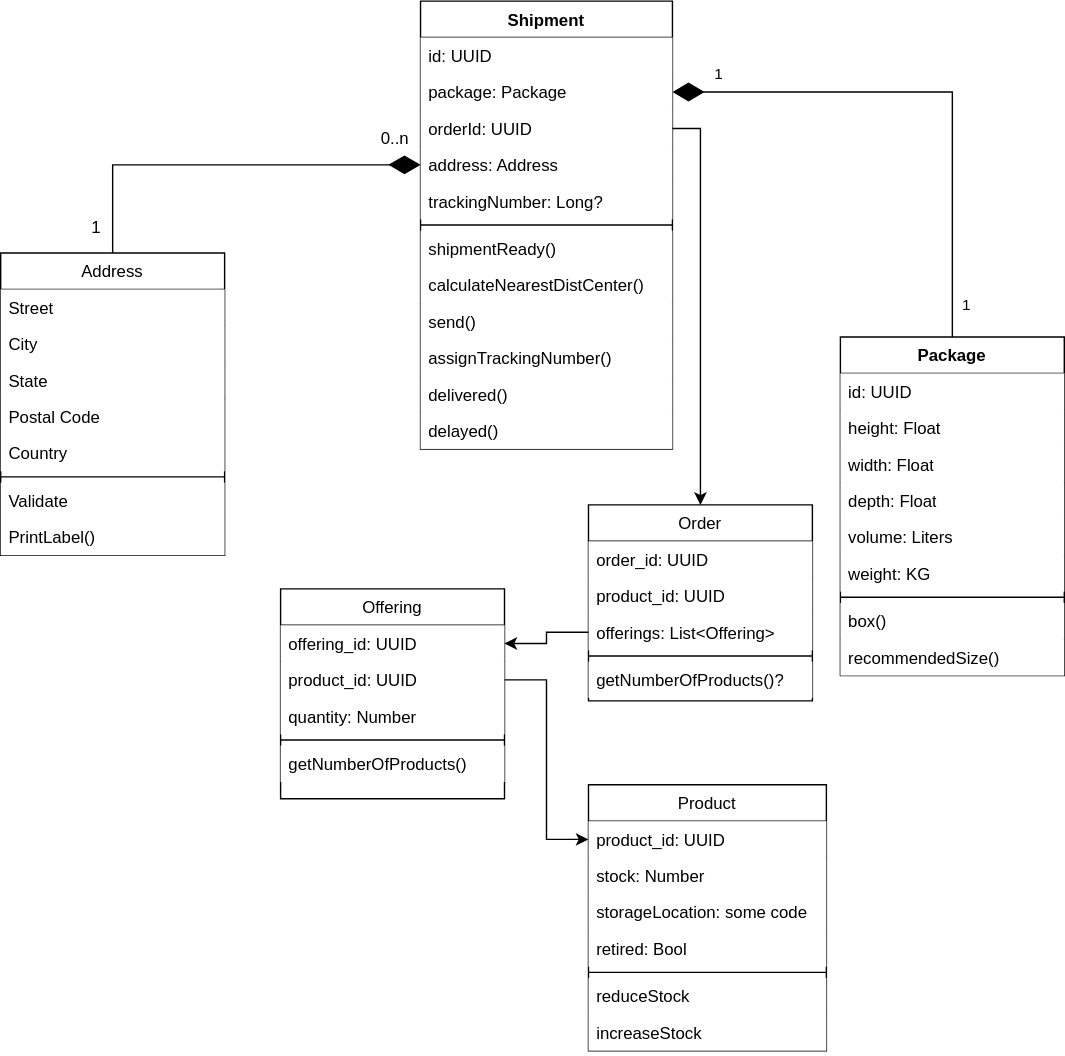
Before: shipping/ShipmentSchema.svg, a diagram exported from draw.io (eda-ecommerce/asyncapi). Source tidied: cells renumbered, new cells last; positions are measured from the earlier drawing's top-left corner, leaving out a move shared by most shapes.
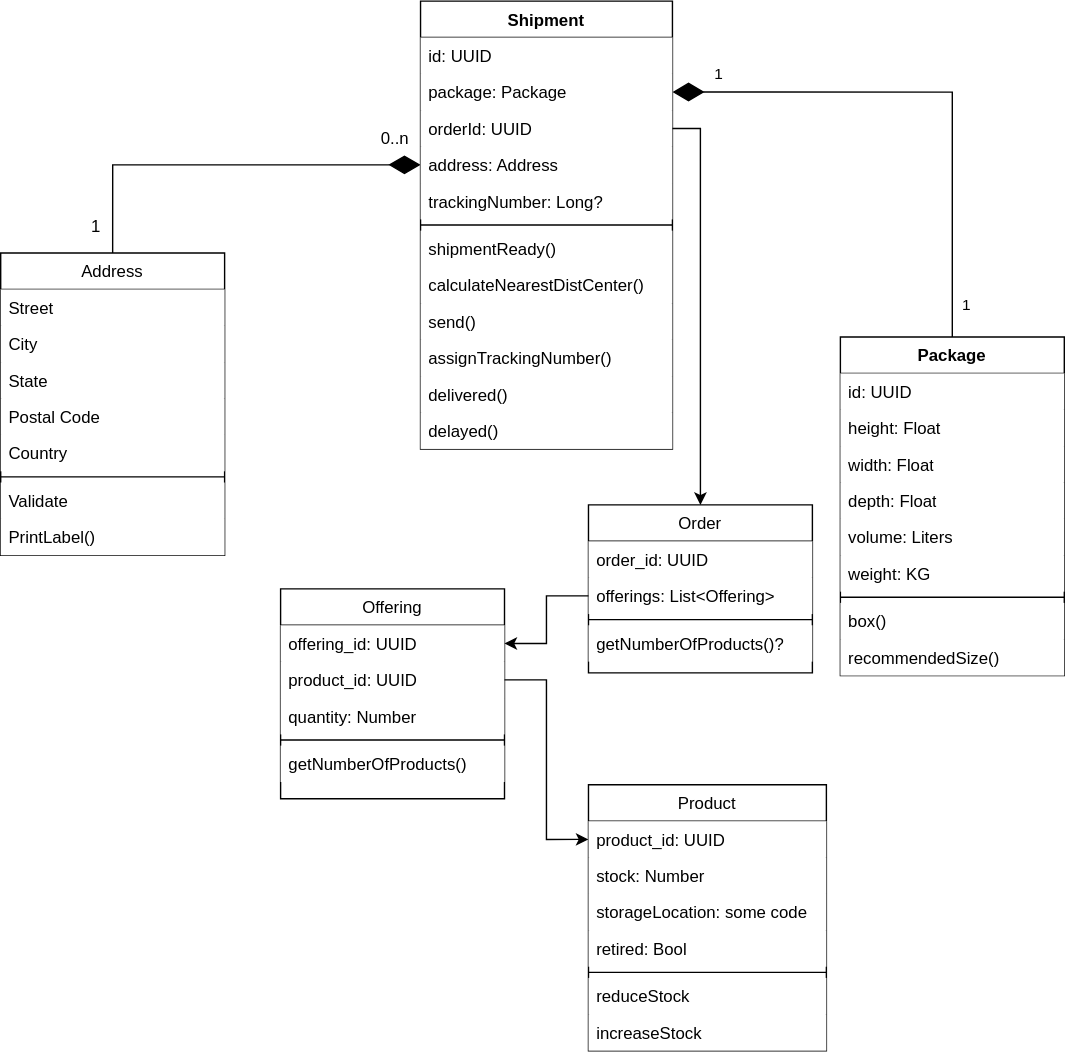
After the change.

The edit, as a diff of the source:
```diff
@@ -172,22 +172,19 @@
       <mxGeometry y="164" width="170" height="26" as="geometry" />
     </mxCell>
     <mxCell id="55" value="Order" style="swimlane;fontStyle=0;align=center;verticalAlign=top;horizontal=1;startSize=26;rounded=0;shadow=0;strokeWidth=1;fillStyle=solid;" parent="1" vertex="1">
-      <mxGeometry x="420" y="360" width="160" height="140" as="geometry" />
+      <mxGeometry x="420" y="360" width="160" height="120" as="geometry" />
     </mxCell>
     <mxCell id="56" value="order_id: UUID" style="text;align=left;verticalAlign=top;spacingLeft=4;spacingRight=4;overflow=hidden;fillColor=default;" parent="55" vertex="1">
       <mxGeometry y="26" width="160" height="26" as="geometry" />
     </mxCell>
-    <mxCell id="57" value="product_id: UUID" style="text;align=left;verticalAlign=top;spacingLeft=4;spacingRight=4;overflow=hidden;fillColor=default;" parent="55" vertex="1">
-      <mxGeometry y="52" width="160" height="26" as="geometry" />
-    </mxCell>
     <mxCell id="58" value="offerings: List&lt;Offering&gt;" style="text;align=left;verticalAlign=top;spacingLeft=4;spacingRight=4;overflow=hidden;points=[[0,0.5],[1,0.5]];portConstraint=eastwest;rounded=0;shadow=0;html=0;fillColor=default;" parent="55" vertex="1">
-      <mxGeometry y="78" width="160" height="26" as="geometry" />
+      <mxGeometry y="52" width="160" height="26" as="geometry" />
     </mxCell>
     <mxCell id="59" style="line;html=1;strokeWidth=1;align=left;verticalAlign=middle;spacingTop=-1;spacingLeft=3;spacingRight=3;labelPosition=right;" parent="55" vertex="1">
-      <mxGeometry y="104" width="160" height="8" as="geometry" />
+      <mxGeometry y="78" width="160" height="8" as="geometry" />
     </mxCell>
     <mxCell id="60" value="getNumberOfProducts()?" style="text;strokeColor=none;fillColor=default;align=left;verticalAlign=top;spacingLeft=4;spacingRight=4;overflow=hidden;whiteSpace=wrap;html=1;" parent="55" vertex="1">
-      <mxGeometry y="112" width="160" height="26" as="geometry" />
+      <mxGeometry y="86" width="160" height="26" as="geometry" />
     </mxCell>
     <mxCell id="61" style="edgeStyle=orthogonalEdgeStyle;rounded=0;jettySize=auto;html=1;entryX=1;entryY=0.5;entryDx=0;entryDy=0;" parent="1" edge="1" source="58" target="41">
       <mxGeometry relative="1" as="geometry" />
```
